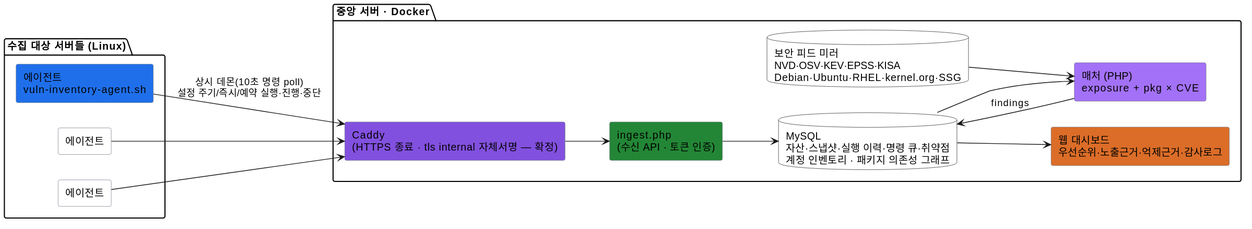
JeongDoWook/vuln-agent keeps this PlantUML diagram as docs/specs/diagrams/시스템개요.svg. Above is the earlier version.
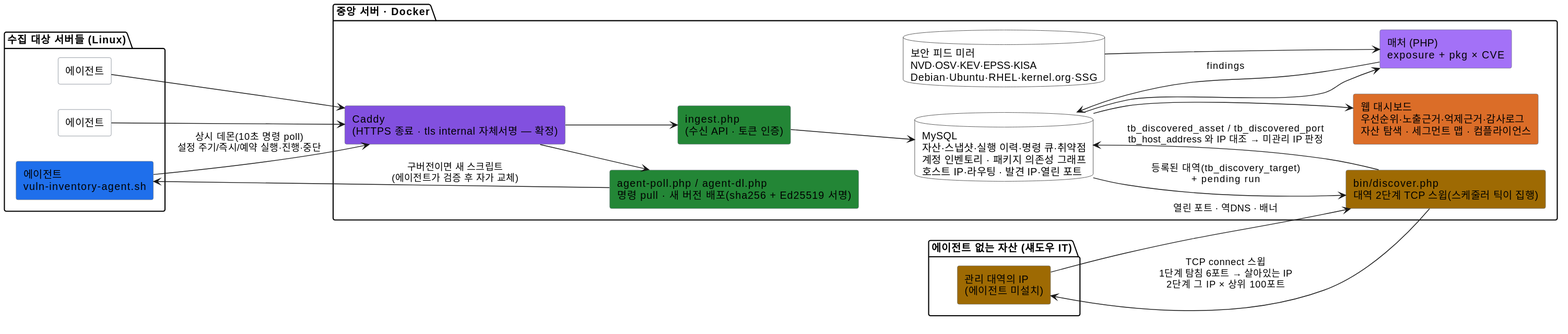
After the change.

Diff of the diagram source:
```diff
@@ -14,22 +14,35 @@
     rectangle "에이전트" as A3
 }
 
+package "에이전트 없는 자산 (섀도우 IT)" as Shadow {
+    rectangle "관리 대역의 IP\n(에이전트 미설치)" as SHOST #9e6a03
+}
+
 package "중앙 서버 · Docker" as Central {
     rectangle "Caddy\n(HTTPS 종료 · tls internal 자체서명 — 확정)" as CADDY #8250df
     rectangle "ingest.php\n(수신 API · 토큰 인증)" as ING #238636
-    database "MySQL\n자산·스냅샷·실행 이력·명령 큐·취약점\n계정 인벤토리 · 패키지 의존성 그래프" as DB
+    rectangle "agent-poll.php / agent-dl.php\n명령 pull · 새 버전 배포(sha256 + Ed25519 서명)" as POLL #238636
+    database "MySQL\n자산·스냅샷·실행 이력·명령 큐·취약점\n계정 인벤토리 · 패키지 의존성 그래프\n호스트 IP·라우팅 · 발견 IP·열린 포트" as DB
     rectangle "매처 (PHP)\nexposure + pkg × CVE" as MAT #a371f7
+    rectangle "bin/discover.php\n대역 2단계 TCP 스윕(스케줄러 틱이 집행)" as DISC #9e6a03
     database "보안 피드 미러\nNVD·OSV·KEV·EPSS·KISA\nDebian·Ubuntu·RHEL·kernel.org·SSG" as CVE
-    rectangle "웹 대시보드\n우선순위·노출근거·억제근거·감사로그" as WEB #db6d28
+    rectangle "웹 대시보드\n우선순위·노출근거·억제근거·감사로그\n자산 탐색 · 세그먼트 맵 · 컴플라이언스" as WEB #db6d28
 }
 
 A1 --> CADDY : 상시 데몬(10초 명령 poll)\n설정 주기/즉시/예약 실행·진행·중단
 A2 --> CADDY
 A3 --> CADDY
 CADDY --> ING
+CADDY --> POLL
+POLL --> A1 : 구버전이면 새 스크립트\n(에이전트가 검증 후 자가 교체)
 ING --> DB
 DB --> MAT
 CVE --> MAT
 MAT --> DB : findings
 DB --> WEB
+
+DB --> DISC : 등록된 대역(tb_discovery_target)\n+ pending run
+DISC --> SHOST : TCP connect 스윕\n1단계 탐침 6포트 → 살아있는 IP\n2단계 그 IP × 상위 100포트
+SHOST --> DISC : 열린 포트 · 역DNS · 배너
+DISC --> DB : tb_discovered_asset / tb_discovered_port\ntb_host_address 와 IP 대조 → 미관리 IP 판정
 @enduml
```
